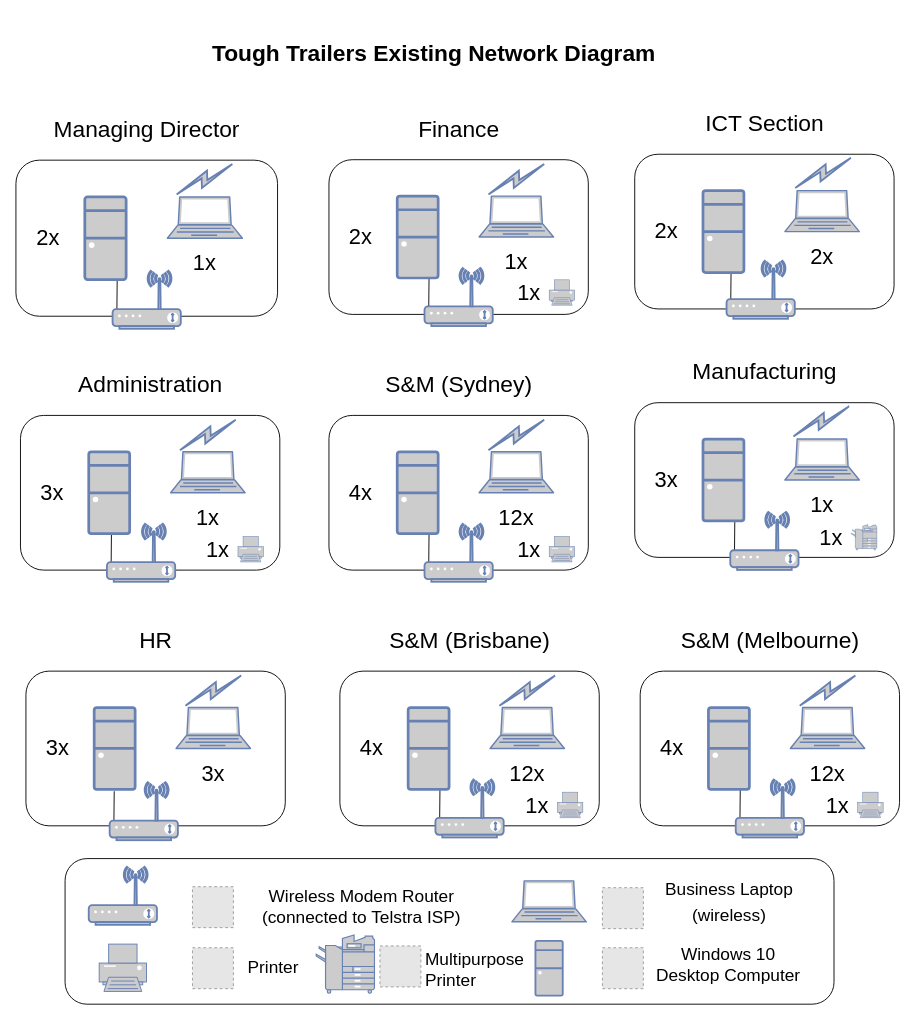
Above: ToughTrailersExistingNetworkDiagram.drawio in TechWiz-3/Network-Diagrams (draw.io), before the change. Source tidied: cells renumbered, new cells numbered last; positions are measured from the earlier drawing's top-left corner, leaving out a move shared by most shapes. Both pictures are drawn from the tidied source at 91%, with x=0, y=0 at pixel (15, 15). Pictures stored in the file or linked from it are replaced by grey dashed boxes.
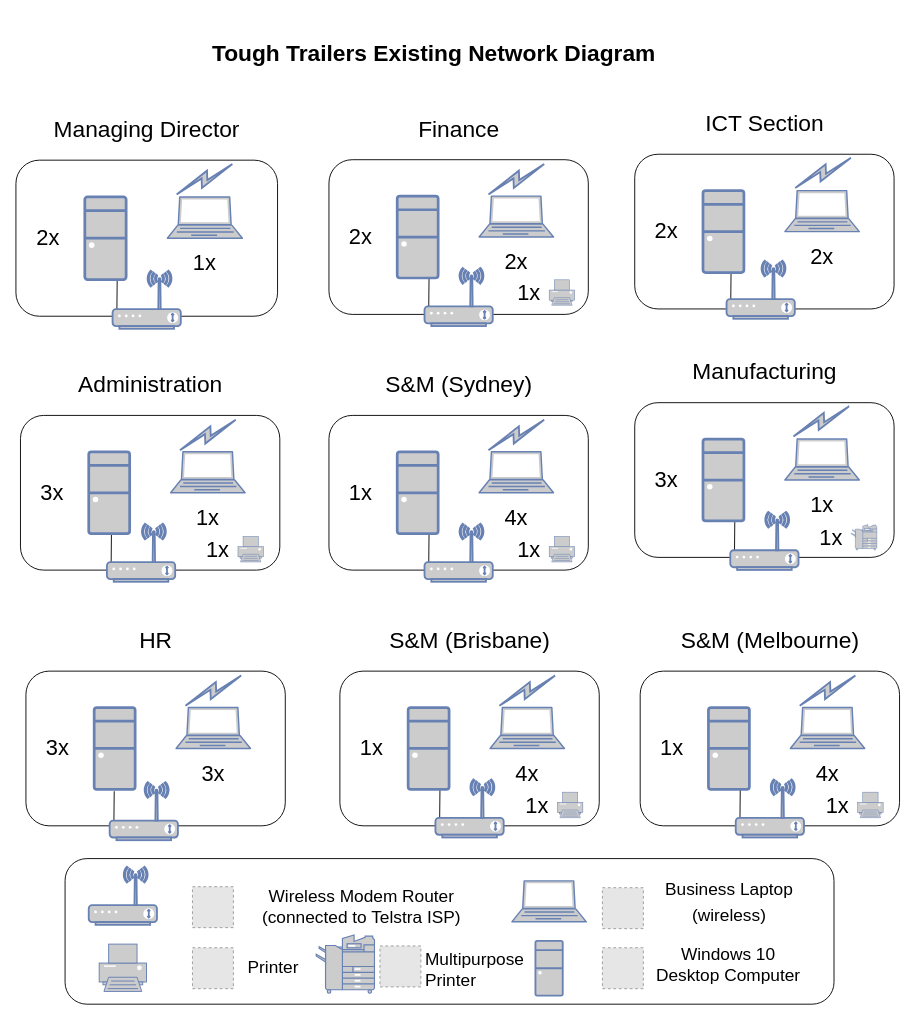
Above is the later version.

Unchanged cells that the change refers to:
```xml
<mxCell id="52" style="group;" parent="48" vertex="1">
  <mxGeometry x="5" y="63" width="241.8" height="179.8" as="geometry" />
</mxCell>
<mxCell id="77" style="group;" parent="73" vertex="1">
  <mxGeometry x="5" y="63" width="268" height="179.8" as="geometry" />
</mxCell>
<mxCell id="90" style="group;" parent="86" vertex="1">
  <mxGeometry x="5" y="63" width="241.8" height="179.8" as="geometry" />
</mxCell>
<mxCell id="119" style="group;" parent="115" vertex="1">
  <mxGeometry x="5" y="63" width="241.8" height="179.8" as="geometry" />
</mxCell>
```

What changed in the source:
```diff
@@
-    <mxCell id="54" value="&lt;font style=&quot;font-size: 24px;&quot;&gt;4x&lt;/font&gt;" style="text;html=1;strokeColor=none;fillColor=none;align=center;verticalAlign=middle;whiteSpace=wrap;rounded=0;fontFamily=Helvetica;fontSize=17;" parent="52" vertex="1">
+    <mxCell id="54" value="&lt;font style=&quot;font-size: 24px;&quot;&gt;1x&lt;/font&gt;" style="text;html=1;strokeColor=none;fillColor=none;align=center;verticalAlign=middle;whiteSpace=wrap;rounded=0;fontFamily=Helvetica;fontSize=17;" parent="52" vertex="1">
       <mxGeometry y="67" width="60" height="30" as="geometry" />
     </mxCell>
-    <mxCell id="55" value="12x" style="text;html=1;strokeColor=none;fillColor=none;align=center;verticalAlign=middle;whiteSpace=wrap;rounded=0;fontFamily=Helvetica;fontSize=24;" parent="52" vertex="1">
+    <mxCell id="55" value="4x" style="text;html=1;strokeColor=none;fillColor=none;align=center;verticalAlign=middle;whiteSpace=wrap;rounded=0;fontFamily=Helvetica;fontSize=24;" parent="52" vertex="1">
       <mxGeometry x="170.9" y="94.5" width="60" height="30" as="geometry" />
     </mxCell>
@@
-    <mxCell id="79" value="&lt;font style=&quot;font-size: 24px;&quot;&gt;4x&lt;/font&gt;" style="text;html=1;strokeColor=none;fillColor=none;align=center;verticalAlign=middle;whiteSpace=wrap;rounded=0;fontFamily=Helvetica;fontSize=17;" parent="77" vertex="1">
+    <mxCell id="79" value="&lt;font style=&quot;font-size: 24px;&quot;&gt;1x&lt;/font&gt;" style="text;html=1;strokeColor=none;fillColor=none;align=center;verticalAlign=middle;whiteSpace=wrap;rounded=0;fontFamily=Helvetica;fontSize=17;" parent="77" vertex="1">
       <mxGeometry y="67" width="60" height="30" as="geometry" />
     </mxCell>
-    <mxCell id="80" value="12x" style="text;html=1;strokeColor=none;fillColor=none;align=center;verticalAlign=middle;whiteSpace=wrap;rounded=0;fontFamily=Helvetica;fontSize=24;" parent="77" vertex="1">
+    <mxCell id="80" value="4x" style="text;html=1;strokeColor=none;fillColor=none;align=center;verticalAlign=middle;whiteSpace=wrap;rounded=0;fontFamily=Helvetica;fontSize=24;" parent="77" vertex="1">
       <mxGeometry x="170.9" y="94.5" width="60" height="30" as="geometry" />
     </mxCell>
@@
-    <mxCell id="92" value="&lt;font style=&quot;font-size: 24px;&quot;&gt;4x&lt;/font&gt;" style="text;html=1;strokeColor=none;fillColor=none;align=center;verticalAlign=middle;whiteSpace=wrap;rounded=0;fontFamily=Helvetica;fontSize=17;" parent="90" vertex="1">
+    <mxCell id="92" value="&lt;font style=&quot;font-size: 24px;&quot;&gt;1x&lt;/font&gt;" style="text;html=1;strokeColor=none;fillColor=none;align=center;verticalAlign=middle;whiteSpace=wrap;rounded=0;fontFamily=Helvetica;fontSize=17;" parent="90" vertex="1">
       <mxGeometry y="67" width="60" height="30" as="geometry" />
     </mxCell>
-    <mxCell id="93" value="12x" style="text;html=1;strokeColor=none;fillColor=none;align=center;verticalAlign=middle;whiteSpace=wrap;rounded=0;fontFamily=Helvetica;fontSize=24;" parent="90" vertex="1">
+    <mxCell id="93" value="4x" style="text;html=1;strokeColor=none;fillColor=none;align=center;verticalAlign=middle;whiteSpace=wrap;rounded=0;fontFamily=Helvetica;fontSize=24;" parent="90" vertex="1">
       <mxGeometry x="170.9" y="94.5" width="60" height="30" as="geometry" />
     </mxCell>
@@
-    <mxCell id="122" value="1x" style="text;html=1;strokeColor=none;fillColor=none;align=center;verticalAlign=middle;whiteSpace=wrap;rounded=0;fontFamily=Helvetica;fontSize=24;" parent="119" vertex="1">
+    <mxCell id="122" value="2x" style="text;html=1;strokeColor=none;fillColor=none;align=center;verticalAlign=middle;whiteSpace=wrap;rounded=0;fontFamily=Helvetica;fontSize=24;" parent="119" vertex="1">
       <mxGeometry x="170.9" y="94.5" width="60" height="30" as="geometry" />
     </mxCell>
```
